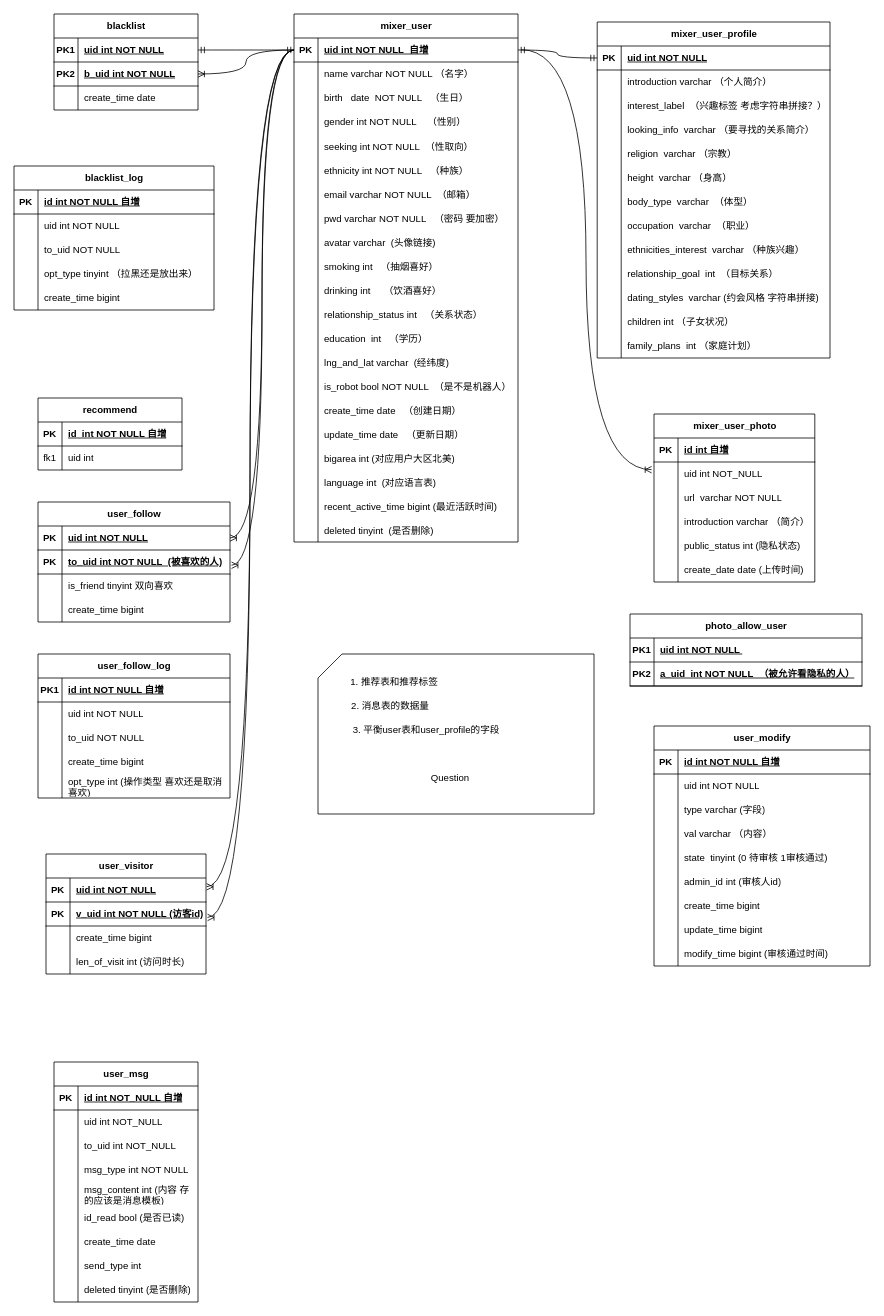
Earlier version of the draw.io diagram mixweb-er.drawio (zhangshuntao-ola/MyDraw). Source tidied: cells renumbered, new cells numbered last; positions are measured from the earlier drawing's top-left corner, leaving out a move shared by most shapes. Both pictures are drawn from the tidied source at 80%, with x=0, y=0 at pixel (14, 14).
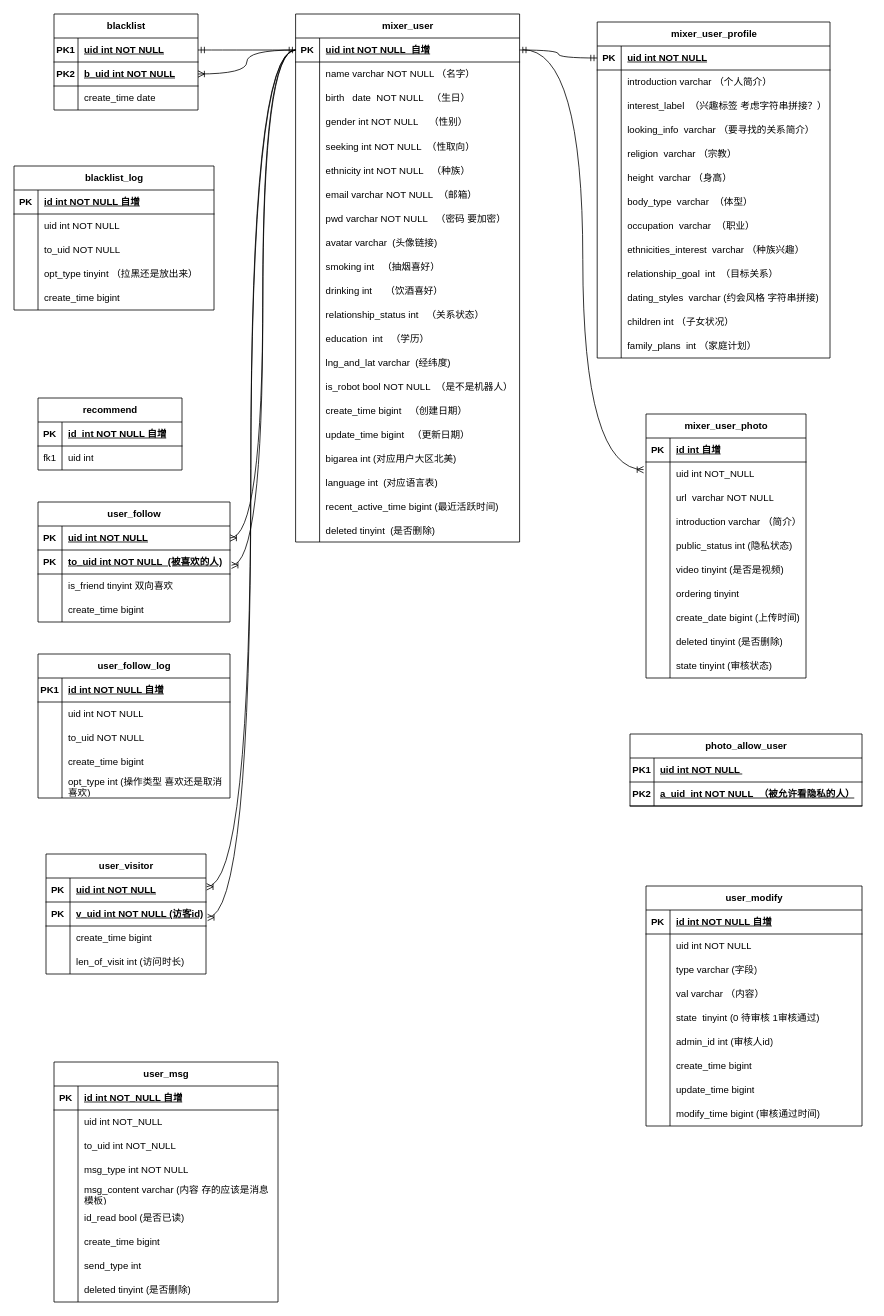
The same diagram, later.

The change refers to these unchanged cells:
```xml
<mxCell id="59" style="shape=tableRow;horizontal=0;startSize=0;swimlaneHead=0;swimlaneBody=0;fillColor=none;top=0;left=0;right=0;bottom=0;" parent="13" vertex="1">
  <mxGeometry y="480" width="280" height="30" as="geometry" />
</mxCell>
<mxCell id="62" style="shape=tableRow;horizontal=0;startSize=0;swimlaneHead=0;swimlaneBody=0;fillColor=none;top=0;left=0;right=0;bottom=0;" parent="13" vertex="1">
  <mxGeometry y="510" width="280" height="30" as="geometry" />
</mxCell>
```

What changed in the source:
```diff
@@
     <mxCell id="13" value="mixer_user" style="shape=table;startSize=30;childLayout=tableLayout;rowLines=0;fontStyle=1;align=center;html=1;" parent="1" vertex="1">
-      <mxGeometry x="350" width="280" height="660" as="geometry" />
+      <mxGeometry x="352" width="280" height="660" as="geometry" />
     </mxCell>
@@
-    <mxCell id="61" value="create_time date   （创建日期）" style="shape=partialRectangle;fillColor=none;top=0;left=0;bottom=0;right=0;align=left;spacingLeft=6;overflow=hidden;" parent="59" vertex="1">
+    <mxCell id="61" value="create_time bigint   （创建日期）" style="shape=partialRectangle;fillColor=none;top=0;left=0;bottom=0;right=0;align=left;spacingLeft=6;overflow=hidden;" parent="59" vertex="1">
       <mxGeometry x="30" width="250" height="30" as="geometry" />
     </mxCell>
@@
-    <mxCell id="64" value="update_time date   （更新日期）" style="shape=partialRectangle;fillColor=none;top=0;left=0;bottom=0;right=0;align=left;spacingLeft=6;overflow=hidden;" parent="62" vertex="1">
+    <mxCell id="64" value="update_time bigint   （更新日期）" style="shape=partialRectangle;fillColor=none;top=0;left=0;bottom=0;right=0;align=left;spacingLeft=6;overflow=hidden;" parent="62" vertex="1">
       <mxGeometry x="30" width="250" height="30" as="geometry" />
     </mxCell>
@@
-    <mxCell id="132" style="shape=card;whiteSpace=wrap;html=1;" parent="1" vertex="1">
-      <mxGeometry x="380" y="800" width="345" height="200" as="geometry" />
-    </mxCell>
-    <mxCell id="133" value="1. 推荐表和推荐标签" style="text;html=1;align=center;verticalAlign=middle;strokeColor=none;fillColor=none;" parent="1" vertex="1">
-      <mxGeometry x="410" y="820" width="130" height="30" as="geometry" />
-    </mxCell>
-    <mxCell id="134" value="2. 消息表的数据量" style="text;html=1;align=center;verticalAlign=middle;strokeColor=none;fillColor=none;" parent="1" vertex="1">
-      <mxGeometry x="410" y="850" width="120" height="30" as="geometry" />
-    </mxCell>
-    <mxCell id="135" value="3. 平衡user表和user_profile的字段" style="text;html=1;align=center;verticalAlign=middle;strokeColor=none;fillColor=none;" parent="1" vertex="1">
-      <mxGeometry x="410" y="880" width="210" height="30" as="geometry" />
-    </mxCell>
-    <mxCell id="136" value="Question" style="text;html=1;align=center;verticalAlign=middle;strokeColor=none;fillColor=none;" parent="1" vertex="1">
-      <mxGeometry x="510" y="940" width="70" height="30" as="geometry" />
-    </mxCell>
     <mxCell id="137" value="photo_allow_user" style="shape=table;startSize=30;childLayout=tableLayout;rowLines=0;fontStyle=1;align=center;html=1;" parent="1" vertex="1">
-      <mxGeometry x="770" y="750" width="290" height="90" as="geometry" />
+      <mxGeometry x="770" y="900" width="290" height="90" as="geometry" />
     </mxCell>
@@
     <mxCell id="144" value="mixer_user_photo" style="shape=table;startSize=30;childLayout=tableLayout;rowLines=0;fontStyle=1;align=center;html=1;" parent="1" vertex="1">
-      <mxGeometry x="800" y="500" width="201" height="210" as="geometry" />
+      <mxGeometry x="790" y="500" width="200" height="330" as="geometry" />
     </mxCell>
     <mxCell id="145" style="shape=tableRow;horizontal=0;startSize=0;swimlaneHead=0;swimlaneBody=0;fillColor=none;top=0;left=0;right=0;bottom=1;" parent="144" vertex="1">
-      <mxGeometry y="30" width="201" height="30" as="geometry" />
+      <mxGeometry y="30" width="200" height="30" as="geometry" />
     </mxCell>
@@
     <mxCell id="147" value="id int 自增" style="shape=partialRectangle;fillColor=none;top=0;left=0;bottom=0;right=0;align=left;spacingLeft=6;fontStyle=5;overflow=hidden;whiteSpace=wrap;html=1;" parent="145" vertex="1">
-      <mxGeometry x="30" width="171" height="30" as="geometry" />
+      <mxGeometry x="30" width="170" height="30" as="geometry" />
     </mxCell>
     <mxCell id="148" style="shape=tableRow;horizontal=0;startSize=0;swimlaneHead=0;swimlaneBody=0;fillColor=none;points=[[0,0.5],[1,0.5]];portConstraint=eastwest;top=0;left=0;right=0;bottom=0;" parent="144" vertex="1">
-      <mxGeometry y="60" width="201" height="30" as="geometry" />
+      <mxGeometry y="60" width="200" height="30" as="geometry" />
     </mxCell>
@@
     <mxCell id="150" value="uid int NOT_NULL" style="shape=partialRectangle;fillColor=none;top=0;left=0;bottom=0;right=0;align=left;spacingLeft=6;overflow=hidden;whiteSpace=wrap;html=1;" parent="148" vertex="1">
-      <mxGeometry x="30" width="171" height="30" as="geometry" />
+      <mxGeometry x="30" width="170" height="30" as="geometry" />
     </mxCell>
     <mxCell id="151" style="shape=tableRow;horizontal=0;startSize=0;swimlaneHead=0;swimlaneBody=0;fillColor=none;top=0;left=0;right=0;bottom=0;" parent="144" vertex="1">
-      <mxGeometry y="90" width="201" height="30" as="geometry" />
+      <mxGeometry y="90" width="200" height="30" as="geometry" />
     </mxCell>
@@
     <mxCell id="153" value="url&amp;nbsp; varchar NOT NULL" style="shape=partialRectangle;fillColor=none;top=0;left=0;bottom=0;right=0;align=left;spacingLeft=6;overflow=hidden;whiteSpace=wrap;html=1;" parent="151" vertex="1">
-      <mxGeometry x="30" width="171" height="30" as="geometry" />
+      <mxGeometry x="30" width="170" height="30" as="geometry" />
     </mxCell>
     <mxCell id="154" style="shape=tableRow;horizontal=0;startSize=0;swimlaneHead=0;swimlaneBody=0;fillColor=none;top=0;left=0;right=0;bottom=0;" parent="144" vertex="1">
-      <mxGeometry y="120" width="201" height="30" as="geometry" />
+      <mxGeometry y="120" width="200" height="30" as="geometry" />
     </mxCell>
@@
     <mxCell id="156" value="introduction varchar （简介）" style="shape=partialRectangle;fillColor=none;top=0;left=0;bottom=0;right=0;align=left;spacingLeft=6;overflow=hidden;whiteSpace=wrap;html=1;" parent="154" vertex="1">
-      <mxGeometry x="30" width="171" height="30" as="geometry" />
+      <mxGeometry x="30" width="170" height="30" as="geometry" />
     </mxCell>
     <mxCell id="157" style="shape=tableRow;horizontal=0;startSize=0;swimlaneHead=0;swimlaneBody=0;fillColor=none;top=0;left=0;right=0;bottom=0;" parent="144" vertex="1">
-      <mxGeometry y="150" width="201" height="30" as="geometry" />
+      <mxGeometry y="150" width="200" height="30" as="geometry" />
     </mxCell>
@@
     <mxCell id="159" value="public_status int (隐私状态)" style="shape=partialRectangle;fillColor=none;top=0;left=0;bottom=0;right=0;align=left;spacingLeft=6;overflow=hidden;whiteSpace=wrap;html=1;" parent="157" vertex="1">
-      <mxGeometry x="30" width="171" height="30" as="geometry" />
+      <mxGeometry x="30" width="170" height="30" as="geometry" />
     </mxCell>
+    <mxCell id="277" style="shape=tableRow;horizontal=0;startSize=0;swimlaneHead=0;swimlaneBody=0;fillColor=none;top=0;left=0;right=0;bottom=0;" parent="144" vertex="1">
+      <mxGeometry y="180" width="200" height="30" as="geometry" />
+    </mxCell>
+    <mxCell id="278" style="shape=partialRectangle;fillColor=none;top=0;left=0;bottom=0;right=0;overflow=hidden;whiteSpace=wrap;html=1;" parent="277" vertex="1">
+      <mxGeometry width="30" height="30" as="geometry" />
+    </mxCell>
+    <mxCell id="279" value="video tinyint (是否是视频)" style="shape=partialRectangle;fillColor=none;top=0;left=0;bottom=0;right=0;align=left;spacingLeft=6;overflow=hidden;whiteSpace=wrap;html=1;" parent="277" vertex="1">
+      <mxGeometry x="30" width="170" height="30" as="geometry" />
+    </mxCell>
+    <mxCell id="280" style="shape=tableRow;horizontal=0;startSize=0;swimlaneHead=0;swimlaneBody=0;fillColor=none;top=0;left=0;right=0;bottom=0;" parent="144" vertex="1">
+      <mxGeometry y="210" width="200" height="30" as="geometry" />
+    </mxCell>
+    <mxCell id="281" style="shape=partialRectangle;fillColor=none;top=0;left=0;bottom=0;right=0;overflow=hidden;whiteSpace=wrap;html=1;" parent="280" vertex="1">
+      <mxGeometry width="30" height="30" as="geometry" />
+    </mxCell>
+    <mxCell id="282" value="ordering tinyint" style="shape=partialRectangle;fillColor=none;top=0;left=0;bottom=0;right=0;align=left;spacingLeft=6;overflow=hidden;whiteSpace=wrap;html=1;" parent="280" vertex="1">
+      <mxGeometry x="30" width="170" height="30" as="geometry" />
+    </mxCell>
     <mxCell id="160" style="shape=tableRow;horizontal=0;startSize=0;swimlaneHead=0;swimlaneBody=0;fillColor=none;top=0;left=0;right=0;bottom=0;" parent="144" vertex="1">
-      <mxGeometry y="180" width="201" height="30" as="geometry" />
+      <mxGeometry y="240" width="200" height="30" as="geometry" />
     </mxCell>
@@
-    <mxCell id="162" value="create_date date (上传时间)" style="shape=partialRectangle;fillColor=none;top=0;left=0;bottom=0;right=0;align=left;spacingLeft=6;overflow=hidden;whiteSpace=wrap;html=1;" parent="160" vertex="1">
-      <mxGeometry x="30" width="171" height="30" as="geometry" />
+    <mxCell id="162" value="create_date bigint (上传时间)" style="shape=partialRectangle;fillColor=none;top=0;left=0;bottom=0;right=0;align=left;spacingLeft=6;overflow=hidden;whiteSpace=wrap;html=1;" parent="160" vertex="1">
+      <mxGeometry x="30" width="170" height="30" as="geometry" />
     </mxCell>
+    <mxCell id="283" style="shape=tableRow;horizontal=0;startSize=0;swimlaneHead=0;swimlaneBody=0;fillColor=none;top=0;left=0;right=0;bottom=0;" parent="144" vertex="1">
+      <mxGeometry y="270" width="200" height="30" as="geometry" />
+    </mxCell>
+    <mxCell id="284" style="shape=partialRectangle;fillColor=none;top=0;left=0;bottom=0;right=0;overflow=hidden;whiteSpace=wrap;html=1;" parent="283" vertex="1">
+      <mxGeometry width="30" height="30" as="geometry" />
+    </mxCell>
+    <mxCell id="285" value="deleted tinyint (是否删除)" style="shape=partialRectangle;fillColor=none;top=0;left=0;bottom=0;right=0;align=left;spacingLeft=6;overflow=hidden;whiteSpace=wrap;html=1;" parent="283" vertex="1">
+      <mxGeometry x="30" width="170" height="30" as="geometry" />
+    </mxCell>
+    <mxCell id="286" style="shape=tableRow;horizontal=0;startSize=0;swimlaneHead=0;swimlaneBody=0;fillColor=none;top=0;left=0;right=0;bottom=0;" parent="144" vertex="1">
+      <mxGeometry y="300" width="200" height="30" as="geometry" />
+    </mxCell>
+    <mxCell id="287" style="shape=partialRectangle;fillColor=none;top=0;left=0;bottom=0;right=0;overflow=hidden;whiteSpace=wrap;html=1;" parent="286" vertex="1">
+      <mxGeometry width="30" height="30" as="geometry" />
+    </mxCell>
+    <mxCell id="288" value="state tinyint (审核状态)" style="shape=partialRectangle;fillColor=none;top=0;left=0;bottom=0;right=0;align=left;spacingLeft=6;overflow=hidden;whiteSpace=wrap;html=1;" parent="286" vertex="1">
+      <mxGeometry x="30" width="170" height="30" as="geometry" />
+    </mxCell>
     <mxCell id="163" value="user_modify" style="shape=table;startSize=30;childLayout=tableLayout;rowLines=0;fontStyle=1;align=center;html=1;" parent="1" vertex="1">
-      <mxGeometry x="800" y="890" width="270" height="300" as="geometry" />
+      <mxGeometry x="790" y="1090" width="270" height="300" as="geometry" />
     </mxCell>
@@
     <mxCell id="191" value="user_msg" style="shape=table;startSize=30;childLayout=tableLayout;rowLines=0;fontStyle=1;align=center;html=1;" parent="1" vertex="1">
-      <mxGeometry x="50" y="1310" width="180" height="300" as="geometry" />
+      <mxGeometry x="50" y="1310" width="280" height="300" as="geometry" />
     </mxCell>
     <mxCell id="192" style="shape=tableRow;horizontal=0;startSize=0;swimlaneHead=0;swimlaneBody=0;fillColor=none;top=0;left=0;right=0;bottom=1;" parent="191" vertex="1">
-      <mxGeometry y="30" width="180" height="30" as="geometry" />
+      <mxGeometry y="30" width="280" height="30" as="geometry" />
     </mxCell>
@@
     <mxCell id="194" value="id int NOT_NULL 自增" style="shape=partialRectangle;fillColor=none;top=0;left=0;bottom=0;right=0;align=left;spacingLeft=6;fontStyle=5;overflow=hidden;whiteSpace=wrap;html=1;" parent="192" vertex="1">
-      <mxGeometry x="30" width="150" height="30" as="geometry" />
+      <mxGeometry x="30" width="250" height="30" as="geometry" />
     </mxCell>
     <mxCell id="195" style="shape=tableRow;horizontal=0;startSize=0;swimlaneHead=0;swimlaneBody=0;fillColor=none;top=0;left=0;right=0;bottom=0;" parent="191" vertex="1">
-      <mxGeometry y="60" width="180" height="30" as="geometry" />
+      <mxGeometry y="60" width="280" height="30" as="geometry" />
     </mxCell>
@@
     <mxCell id="197" value="uid int NOT_NULL&amp;nbsp;" style="shape=partialRectangle;fillColor=none;top=0;left=0;bottom=0;right=0;align=left;spacingLeft=6;overflow=hidden;whiteSpace=wrap;html=1;" parent="195" vertex="1">
-      <mxGeometry x="30" width="150" height="30" as="geometry" />
+      <mxGeometry x="30" width="250" height="30" as="geometry" />
     </mxCell>
     <mxCell id="198" style="shape=tableRow;horizontal=0;startSize=0;swimlaneHead=0;swimlaneBody=0;fillColor=none;top=0;left=0;right=0;bottom=0;" parent="191" vertex="1">
-      <mxGeometry y="90" width="180" height="30" as="geometry" />
+      <mxGeometry y="90" width="280" height="30" as="geometry" />
     </mxCell>
@@
     <mxCell id="200" value="to_uid int NOT_NULL" style="shape=partialRectangle;fillColor=none;top=0;left=0;bottom=0;right=0;align=left;spacingLeft=6;overflow=hidden;whiteSpace=wrap;html=1;" parent="198" vertex="1">
-      <mxGeometry x="30" width="150" height="30" as="geometry" />
+      <mxGeometry x="30" width="250" height="30" as="geometry" />
     </mxCell>
     <mxCell id="201" style="shape=tableRow;horizontal=0;startSize=0;swimlaneHead=0;swimlaneBody=0;fillColor=none;top=0;left=0;right=0;bottom=0;" parent="191" vertex="1">
-      <mxGeometry y="120" width="180" height="30" as="geometry" />
+      <mxGeometry y="120" width="280" height="30" as="geometry" />
     </mxCell>
@@
     <mxCell id="203" value="msg_type int NOT NULL" style="shape=partialRectangle;fillColor=none;top=0;left=0;bottom=0;right=0;align=left;spacingLeft=6;overflow=hidden;whiteSpace=wrap;html=1;" parent="201" vertex="1">
-      <mxGeometry x="30" width="150" height="30" as="geometry" />
+      <mxGeometry x="30" width="250" height="30" as="geometry" />
     </mxCell>
     <mxCell id="204" style="shape=tableRow;horizontal=0;startSize=0;swimlaneHead=0;swimlaneBody=0;fillColor=none;top=0;left=0;right=0;bottom=0;" parent="191" vertex="1">
-      <mxGeometry y="150" width="180" height="30" as="geometry" />
+      <mxGeometry y="150" width="280" height="30" as="geometry" />
     </mxCell>
@@
-    <mxCell id="206" value="msg_content int (内容 存的应该是消息模板)" style="shape=partialRectangle;fillColor=none;top=0;left=0;bottom=0;right=0;align=left;spacingLeft=6;overflow=hidden;whiteSpace=wrap;html=1;" parent="204" vertex="1">
-      <mxGeometry x="30" width="150" height="30" as="geometry" />
+    <mxCell id="206" value="msg_content varchar (内容 存的应该是消息模板)" style="shape=partialRectangle;fillColor=none;top=0;left=0;bottom=0;right=0;align=left;spacingLeft=6;overflow=hidden;whiteSpace=wrap;html=1;" parent="204" vertex="1">
+      <mxGeometry x="30" width="250" height="30" as="geometry" />
     </mxCell>
     <mxCell id="207" style="shape=tableRow;horizontal=0;startSize=0;swimlaneHead=0;swimlaneBody=0;fillColor=none;top=0;left=0;right=0;bottom=0;" parent="191" vertex="1">
-      <mxGeometry y="180" width="180" height="30" as="geometry" />
+      <mxGeometry y="180" width="280" height="30" as="geometry" />
     </mxCell>
@@
     <mxCell id="209" value="id_read bool (是否已读)" style="shape=partialRectangle;fillColor=none;top=0;left=0;bottom=0;right=0;align=left;spacingLeft=6;overflow=hidden;whiteSpace=wrap;html=1;" parent="207" vertex="1">
-      <mxGeometry x="30" width="150" height="30" as="geometry" />
+      <mxGeometry x="30" width="250" height="30" as="geometry" />
     </mxCell>
     <mxCell id="210" style="shape=tableRow;horizontal=0;startSize=0;swimlaneHead=0;swimlaneBody=0;fillColor=none;top=0;left=0;right=0;bottom=0;" parent="191" vertex="1">
-      <mxGeometry y="210" width="180" height="30" as="geometry" />
+      <mxGeometry y="210" width="280" height="30" as="geometry" />
     </mxCell>
@@
-    <mxCell id="212" value="create_time date&amp;nbsp;" style="shape=partialRectangle;fillColor=none;top=0;left=0;bottom=0;right=0;align=left;spacingLeft=6;overflow=hidden;whiteSpace=wrap;html=1;" parent="210" vertex="1">
-      <mxGeometry x="30" width="150" height="30" as="geometry" />
+    <mxCell id="212" value="create_time bigint&amp;nbsp;" style="shape=partialRectangle;fillColor=none;top=0;left=0;bottom=0;right=0;align=left;spacingLeft=6;overflow=hidden;whiteSpace=wrap;html=1;" parent="210" vertex="1">
+      <mxGeometry x="30" width="250" height="30" as="geometry" />
     </mxCell>
     <mxCell id="213" style="shape=tableRow;horizontal=0;startSize=0;swimlaneHead=0;swimlaneBody=0;fillColor=none;top=0;left=0;right=0;bottom=0;" parent="191" vertex="1">
-      <mxGeometry y="240" width="180" height="30" as="geometry" />
+      <mxGeometry y="240" width="280" height="30" as="geometry" />
     </mxCell>
@@
     <mxCell id="215" value="send_type int&amp;nbsp;" style="shape=partialRectangle;fillColor=none;top=0;left=0;bottom=0;right=0;align=left;spacingLeft=6;overflow=hidden;whiteSpace=wrap;html=1;" parent="213" vertex="1">
-      <mxGeometry x="30" width="150" height="30" as="geometry" />
+      <mxGeometry x="30" width="250" height="30" as="geometry" />
     </mxCell>
     <mxCell id="216" style="shape=tableRow;horizontal=0;startSize=0;swimlaneHead=0;swimlaneBody=0;fillColor=none;top=0;left=0;right=0;bottom=0;" parent="191" vertex="1">
-      <mxGeometry y="270" width="180" height="30" as="geometry" />
+      <mxGeometry y="270" width="280" height="30" as="geometry" />
     </mxCell>
@@
     <mxCell id="218" value="deleted tinyint (是否删除)" style="shape=partialRectangle;fillColor=none;top=0;left=0;bottom=0;right=0;align=left;spacingLeft=6;overflow=hidden;whiteSpace=wrap;html=1;" parent="216" vertex="1">
-      <mxGeometry x="30" width="150" height="30" as="geometry" />
+      <mxGeometry x="30" width="250" height="30" as="geometry" />
     </mxCell>
```
